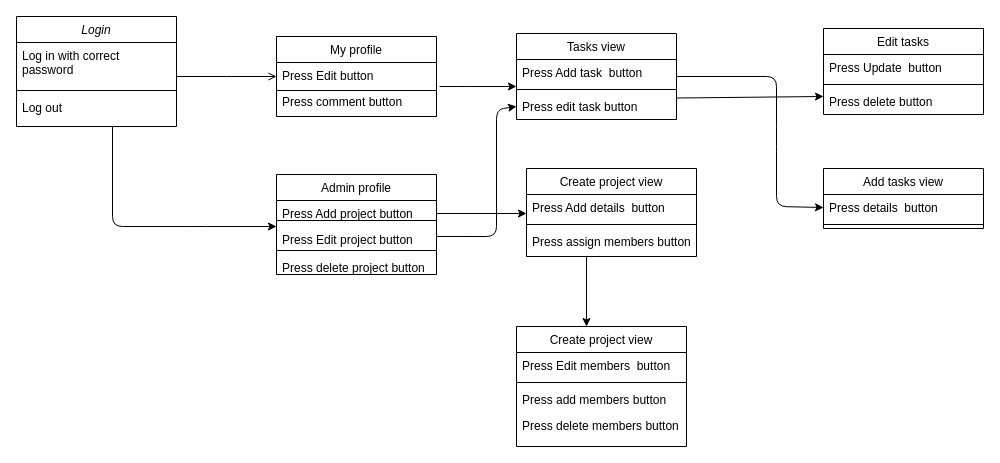
Earlier version of the draw.io diagram Untitled Diagram.drawio (Cwaihenya/PAlpha). Source tidied: cells renumbered, new cells numbered last; positions are measured from the earlier drawing's top-left corner, leaving out a move shared by most shapes. Both pictures are drawn from the tidied source at 100%, with x=0, y=0 at pixel (16, 16).
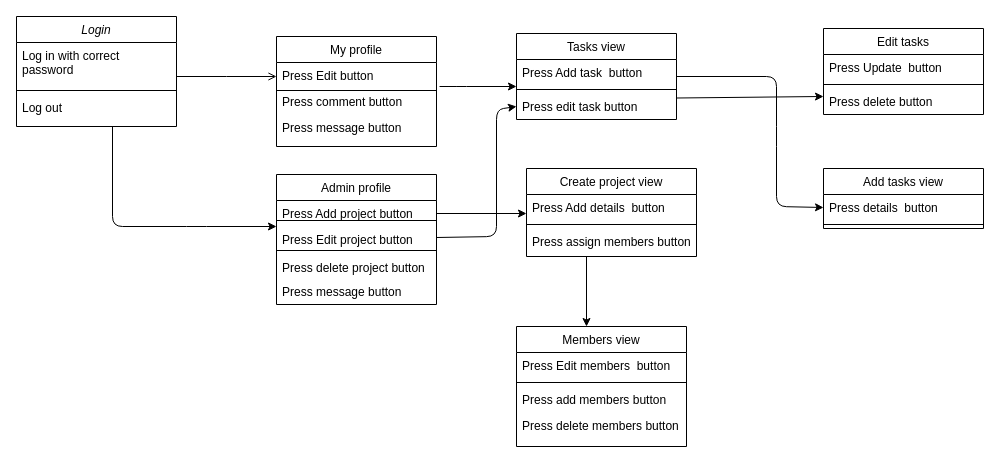
After the change.

Unchanged cells that the change refers to:
```xml
<mxCell id="18" value="Press edit task button" style="text;align=left;verticalAlign=top;spacingLeft=4;spacingRight=4;overflow=hidden;points=[[0,0.5],[1,0.5]];portConstraint=eastwest;rounded=0;shadow=0;html=0;" parent="15" vertex="1">
  <mxGeometry y="60" width="160" height="26" as="geometry" />
</mxCell>
```

Diff of the diagram source:
```diff
@@
     <mxCell id="6" value="My profile" style="swimlane;fontStyle=0;align=center;verticalAlign=top;horizontal=1;startSize=26;rounded=0;shadow=0;strokeWidth=1;" parent="1" vertex="1">
-      <mxGeometry x="260" y="20" width="160" height="80" as="geometry" />
+      <mxGeometry x="260" y="20" width="160" height="110" as="geometry" />
     </mxCell>
@@
+    <mxCell id="43" value="Press message button" style="text;align=left;verticalAlign=top;spacingLeft=4;spacingRight=4;overflow=hidden;rounded=0;shadow=0;html=0;" parent="6" vertex="1">
+      <mxGeometry y="78" width="160" height="26" as="geometry" />
+    </mxCell>
@@
     <mxCell id="11" value="Admin profile" style="swimlane;fontStyle=0;align=center;verticalAlign=top;horizontal=1;startSize=26;rounded=0;shadow=0;strokeWidth=1;" parent="1" vertex="1">
-      <mxGeometry x="260" y="158" width="160" height="100" as="geometry" />
+      <mxGeometry x="260" y="158" width="160" height="130" as="geometry" />
     </mxCell>
@@
     <mxCell id="13" value="Press Edit project button&#10;&#10;Press delete project button&#10;" style="text;align=left;verticalAlign=top;spacingLeft=4;spacingRight=4;overflow=hidden;points=[[0,0.5],[1,0.5]];portConstraint=eastwest;rounded=0;shadow=0;html=0;" parent="11" vertex="1">
-      <mxGeometry y="52" width="160" height="48" as="geometry" />
+      <mxGeometry y="52" width="160" height="78" as="geometry" />
     </mxCell>
@@
-    <mxCell id="19" style="endArrow=classic;html=1;entryX=0;entryY=0.5;entryDx=0;entryDy=0;exitX=1;exitY=0.208;exitDx=0;exitDy=0;exitPerimeter=0;" parent="1" edge="1" source="13" target="18">
+    <mxCell id="19" style="endArrow=classic;html=1;entryX=0;entryY=0.5;entryDx=0;entryDy=0;exitX=1;exitY=0.141;exitDx=0;exitDy=0;exitPerimeter=0;" parent="1" edge="1" source="13" target="18">
       <mxGeometry relative="1" as="geometry">
         <Array as="points">
           <mxPoint x="480" y="220" />
           <mxPoint x="480" y="93" />
         </Array>
       </mxGeometry>
     </mxCell>
@@
-    <mxCell id="29" value="Create project view" style="swimlane;fontStyle=0;align=center;verticalAlign=top;horizontal=1;startSize=26;rounded=0;shadow=0;strokeWidth=1;" parent="1" vertex="1">
+    <mxCell id="29" value="Members view" style="swimlane;fontStyle=0;align=center;verticalAlign=top;horizontal=1;startSize=26;rounded=0;shadow=0;strokeWidth=1;" parent="1" vertex="1">
       <mxGeometry x="500" y="310" width="170" height="120" as="geometry" />
     </mxCell>
@@
+    <mxCell id="44" value="Press message button" style="text;align=left;verticalAlign=top;spacingLeft=4;spacingRight=4;overflow=hidden;rounded=0;shadow=0;html=0;" parent="1" vertex="1">
+      <mxGeometry x="260" y="262" width="160" height="26" as="geometry" />
+    </mxCell>
```
